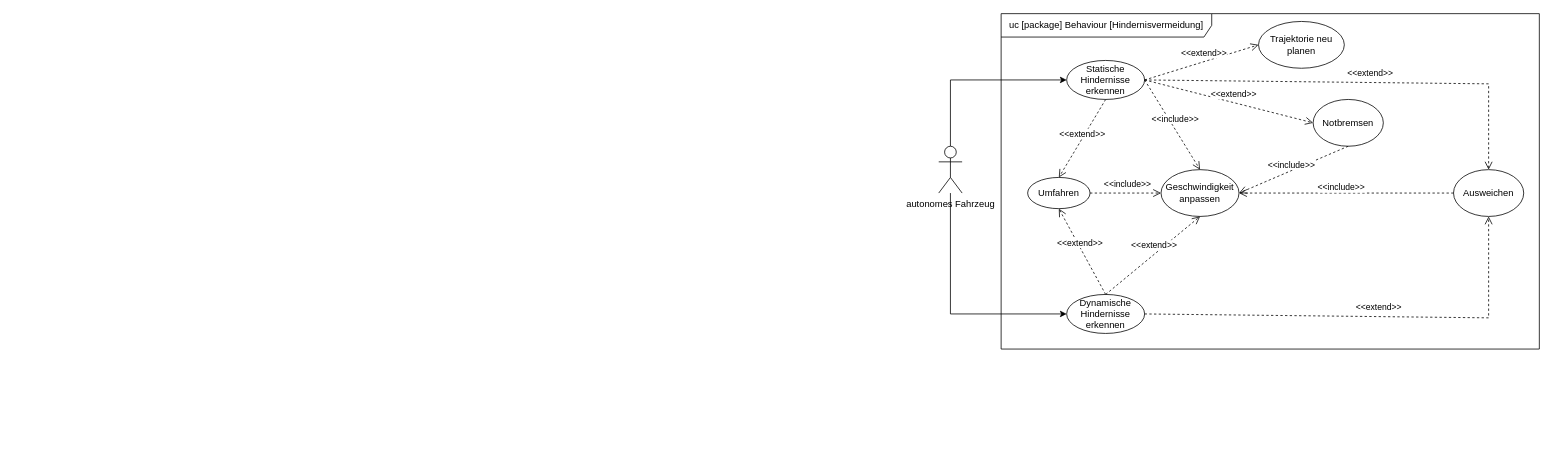
Earlier version of the draw.io diagram uc-hindernisvermeidung.drawio (agrueneberg/sews2324). Source tidied: cells renumbered, new cells numbered last; positions are measured from the earlier drawing's top-left corner, leaving out a move shared by most shapes. Both pictures are drawn from the tidied source at 78%, with x=0, y=0 at pixel (938, 13).
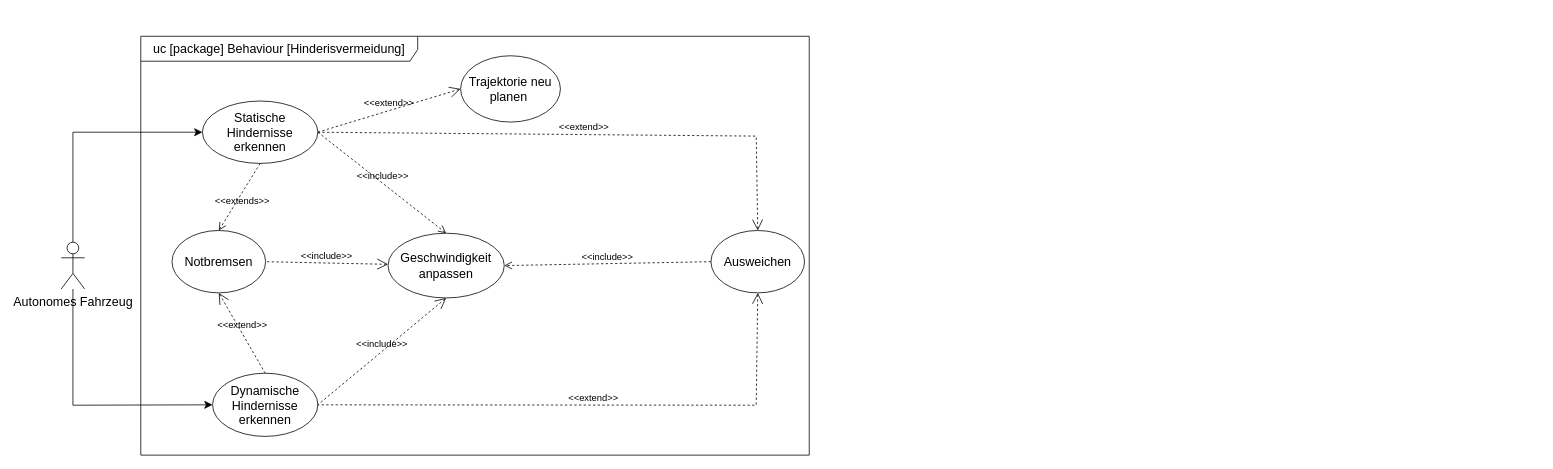
Above is the later version.

The edit, as a diff of the source:
```diff
@@
-    <mxCell id="2" style="edgeStyle=orthogonalEdgeStyle;rounded=0;jettySize=auto;html=1;entryX=0;entryY=0.5;entryDx=0;entryDy=0;" parent="1" edge="1" source="4" target="6">
-      <mxGeometry relative="1" as="geometry">
-        <Array as="points">
-          <mxPoint x="15" y="85" />
-        </Array>
-      </mxGeometry>
-    </mxCell>
-    <mxCell id="3" style="edgeStyle=orthogonalEdgeStyle;rounded=0;jettySize=auto;html=1;entryX=0;entryY=0.5;entryDx=0;entryDy=0;" parent="1" edge="1" source="4" target="5">
-      <mxGeometry relative="1" as="geometry">
-        <Array as="points">
-          <mxPoint x="15" y="385" />
-        </Array>
-      </mxGeometry>
-    </mxCell>
-    <mxCell id="4" value="autonomes Fahrzeug" style="shape=umlActor;html=1;verticalLabelPosition=bottom;verticalAlign=top;align=center;" parent="1" vertex="1">
-      <mxGeometry y="170" width="30" height="60" as="geometry" />
-    </mxCell>
+    <mxCell id="8" value="Ausweichen" style="ellipse;whiteSpace=wrap;html=1;fontSize=16;" parent="1" vertex="1">
+      <mxGeometry x="-292" y="278" width="120" height="80" as="geometry" />
+    </mxCell>
-    <mxCell id="5" value="Dynamische Hindernisse erkennen" style="ellipse;whiteSpace=wrap;html=1;" parent="1" vertex="1">
-      <mxGeometry x="164" y="360" width="100" height="50" as="geometry" />
+    <mxCell id="5" value="Dynamische Hindernisse erkennen" style="ellipse;whiteSpace=wrap;html=1;fontSize=16;" parent="1" vertex="1">
+      <mxGeometry x="-931" y="461" width="135" height="81" as="geometry" />
     </mxCell>
+    <mxCell id="9" value="Geschwindigkeit anpassen" style="ellipse;whiteSpace=wrap;html=1;fontSize=16;" parent="1" vertex="1">
+      <mxGeometry x="-706" y="281.5" width="149" height="83" as="geometry" />
+    </mxCell>
+    <mxCell id="7" value="Notbremsen" style="ellipse;whiteSpace=wrap;html=1;fontSize=16;" parent="1" vertex="1">
+      <mxGeometry x="-983" y="278" width="120" height="80" as="geometry" />
+    </mxCell>
-    <mxCell id="6" value="Statische Hindernisse erkennen" style="ellipse;whiteSpace=wrap;html=1;" parent="1" vertex="1">
-      <mxGeometry x="164" y="60" width="100" height="50" as="geometry" />
+    <mxCell id="6" value="Statische Hindernisse erkennen" style="ellipse;whiteSpace=wrap;html=1;fontSize=16;" parent="1" vertex="1">
+      <mxGeometry x="-944" y="112" width="148" height="80" as="geometry" />
     </mxCell>
-    <mxCell id="7" value="Notbremsen" style="ellipse;whiteSpace=wrap;html=1;" parent="1" vertex="1">
-      <mxGeometry x="480" y="110" width="90" height="60" as="geometry" />
-    </mxCell>
-    <mxCell id="8" value="Ausweichen" style="ellipse;whiteSpace=wrap;html=1;" parent="1" vertex="1">
-      <mxGeometry x="660" y="200" width="90" height="60" as="geometry" />
-    </mxCell>
-    <mxCell id="9" value="Geschwindigkeit anpassen" style="ellipse;whiteSpace=wrap;html=1;" parent="1" vertex="1">
-      <mxGeometry x="285" y="200" width="100" height="60" as="geometry" />
-    </mxCell>
-    <mxCell id="10" value="Trajektorie neu planen" style="ellipse;whiteSpace=wrap;html=1;" parent="1" vertex="1">
-      <mxGeometry x="410" y="10" width="110" height="60" as="geometry" />
+    <mxCell id="10" value="Trajektorie neu planen&amp;nbsp;" style="ellipse;whiteSpace=wrap;html=1;fontSize=16;" parent="1" vertex="1">
+      <mxGeometry x="-613" y="54" width="128" height="85" as="geometry" />
     </mxCell>
-    <mxCell id="11" value="Umfahren" style="ellipse;whiteSpace=wrap;html=1;" parent="1" vertex="1">
-      <mxGeometry x="114" y="210" width="80" height="40" as="geometry" />
-    </mxCell>
-    <mxCell id="12" value="&amp;lt;&amp;lt;extend&amp;gt;&amp;gt;" style="html=1;verticalAlign=bottom;endArrow=open;dashed=1;endSize=8;curved=0;rounded=0;exitX=1;exitY=0.5;exitDx=0;exitDy=0;entryX=0;entryY=0.5;entryDx=0;entryDy=0;" parent="1" edge="1" source="6" target="10">
-      <mxGeometry x="0.05" y="2" relative="1" as="geometry" />
-    </mxCell>
+    <mxCell id="24" style="edgeStyle=none;curved=0;rounded=0;jettySize=auto;html=1;entryX=0;entryY=0.5;entryDx=0;entryDy=0;fontSize=12;startSize=8;endSize=8;" parent="1" edge="1" source="26" target="6">
+      <mxGeometry relative="1" as="geometry">
+        <Array as="points">
+          <mxPoint x="-1110" y="152" />
+        </Array>
+      </mxGeometry>
+    </mxCell>
+    <mxCell id="25" style="edgeStyle=none;curved=0;rounded=0;jettySize=auto;html=1;entryX=0;entryY=0.5;entryDx=0;entryDy=0;fontSize=12;startSize=8;endSize=8;" parent="1" edge="1" source="26" target="5">
+      <mxGeometry relative="1" as="geometry">
+        <Array as="points">
+          <mxPoint x="-1110" y="502" />
+        </Array>
+      </mxGeometry>
+    </mxCell>
+    <mxCell id="26" value="Autonomes Fahrzeug" style="shape=umlActor;verticalLabelPosition=bottom;verticalAlign=top;html=1;outlineConnect=0;fontSize=16;" parent="1" vertex="1">
+      <mxGeometry x="-1125" y="293" width="30" height="60" as="geometry" />
+    </mxCell>
+    <mxCell id="14" value="&amp;lt;&amp;lt;include&amp;gt;&amp;gt;" style="edgeStyle=none;html=1;endArrow=open;verticalAlign=bottom;dashed=1;labelBackgroundColor=none;rounded=0;fontSize=12;startSize=8;endSize=8;curved=0;exitX=1;exitY=0.5;exitDx=0;exitDy=0;entryX=0.5;entryY=0;entryDx=0;entryDy=0;" parent="1" edge="1" source="6" target="9">
+      <mxGeometry relative="1" as="geometry" />
+    </mxCell>
-    <mxCell id="13" value="&amp;lt;&amp;lt;extend&amp;gt;&amp;gt;" style="html=1;verticalAlign=bottom;endArrow=open;dashed=1;endSize=8;curved=0;rounded=0;exitX=1;exitY=0.5;exitDx=0;exitDy=0;entryX=0;entryY=0.5;entryDx=0;entryDy=0;" parent="1" edge="1" source="6" target="7">
-      <mxGeometry x="0.05" y="2" relative="1" as="geometry" />
+    <mxCell id="13" value="&amp;lt;&amp;lt;extends&amp;gt;&amp;gt;" style="edgeStyle=none;html=1;endArrow=open;verticalAlign=bottom;dashed=1;labelBackgroundColor=none;rounded=0;fontSize=12;startSize=8;endSize=8;curved=0;exitX=0.5;exitY=1;exitDx=0;exitDy=0;entryX=0.5;entryY=0;entryDx=0;entryDy=0;" parent="1" edge="1" source="6" target="7">
+      <mxGeometry x="0.21" y="10" relative="1" as="geometry" />
     </mxCell>
-    <mxCell id="14" value="&amp;lt;&amp;lt;include&amp;gt;&amp;gt;" style="html=1;verticalAlign=bottom;endArrow=open;dashed=1;endSize=8;curved=0;rounded=0;exitX=1;exitY=0.5;exitDx=0;exitDy=0;entryX=0.5;entryY=0;entryDx=0;entryDy=0;" parent="1" edge="1" source="6" target="9">
-      <mxGeometry x="0.05" y="2" relative="1" as="geometry" />
-    </mxCell>
-    <mxCell id="15" value="&amp;lt;&amp;lt;extend&amp;gt;&amp;gt;" style="html=1;verticalAlign=bottom;endArrow=open;dashed=1;endSize=8;curved=0;rounded=0;exitX=0.5;exitY=1;exitDx=0;exitDy=0;entryX=0.5;entryY=0;entryDx=0;entryDy=0;" parent="1" edge="1" source="6" target="11">
-      <mxGeometry x="0.05" y="2" relative="1" as="geometry" />
-    </mxCell>
-    <mxCell id="16" value="&amp;lt;&amp;lt;extend&amp;gt;&amp;gt;" style="html=1;verticalAlign=bottom;endArrow=open;dashed=1;endSize=8;curved=0;rounded=0;exitX=0.5;exitY=0;exitDx=0;exitDy=0;entryX=0.5;entryY=1;entryDx=0;entryDy=0;" parent="1" edge="1" source="5" target="11">
-      <mxGeometry x="0.05" y="2" relative="1" as="geometry" />
-    </mxCell>
-    <mxCell id="17" value="&amp;lt;&amp;lt;extend&amp;gt;&amp;gt;" style="html=1;verticalAlign=bottom;endArrow=open;dashed=1;endSize=8;curved=0;rounded=0;exitX=0.5;exitY=0;exitDx=0;exitDy=0;entryX=0.5;entryY=1;entryDx=0;entryDy=0;" parent="1" edge="1" source="5" target="9">
-      <mxGeometry x="0.05" y="2" relative="1" as="geometry" />
-    </mxCell>
-    <mxCell id="18" value="&amp;lt;&amp;lt;extend&amp;gt;&amp;gt;" style="html=1;verticalAlign=bottom;endArrow=open;dashed=1;endSize=8;curved=0;rounded=0;exitX=1;exitY=0.5;exitDx=0;exitDy=0;entryX=0.5;entryY=1;entryDx=0;entryDy=0;" parent="1" edge="1" source="5" target="8">
-      <mxGeometry x="0.05" y="2" relative="1" as="geometry">
-        <Array as="points">
-          <mxPoint x="705" y="390" />
-        </Array>
-      </mxGeometry>
-    </mxCell>
-    <mxCell id="19" value="&amp;lt;&amp;lt;extend&amp;gt;&amp;gt;" style="html=1;verticalAlign=bottom;endArrow=open;dashed=1;endSize=8;curved=0;rounded=0;exitX=1;exitY=0.5;exitDx=0;exitDy=0;entryX=0.5;entryY=0;entryDx=0;entryDy=0;" parent="1" edge="1" source="6" target="8">
-      <mxGeometry x="0.05" y="2" relative="1" as="geometry">
-        <Array as="points">
-          <mxPoint x="705" y="90" />
-        </Array>
-      </mxGeometry>
-    </mxCell>
-    <mxCell id="20" value="&amp;lt;&amp;lt;include&amp;gt;&amp;gt;" style="html=1;verticalAlign=bottom;endArrow=open;dashed=1;endSize=8;curved=0;rounded=0;exitX=1;exitY=0.5;exitDx=0;exitDy=0;entryX=0;entryY=0.5;entryDx=0;entryDy=0;" parent="1" edge="1" source="11" target="9">
-      <mxGeometry x="0.05" y="2" relative="1" as="geometry" />
-    </mxCell>
-    <mxCell id="21" value="&amp;lt;&amp;lt;include&amp;gt;&amp;gt;" style="html=1;verticalAlign=bottom;endArrow=open;dashed=1;endSize=8;curved=0;rounded=0;exitX=0.5;exitY=1;exitDx=0;exitDy=0;entryX=1;entryY=0.5;entryDx=0;entryDy=0;" parent="1" edge="1" source="7" target="9">
-      <mxGeometry x="0.05" y="2" relative="1" as="geometry" />
-    </mxCell>
-    <mxCell id="22" value="&amp;lt;&amp;lt;include&amp;gt;&amp;gt;" style="html=1;verticalAlign=bottom;endArrow=open;dashed=1;endSize=8;curved=0;rounded=0;exitX=0;exitY=0.5;exitDx=0;exitDy=0;entryX=1;entryY=0.5;entryDx=0;entryDy=0;" parent="1" edge="1" source="8" target="9">
-      <mxGeometry x="0.05" y="2" relative="1" as="geometry" />
+    <mxCell id="22" value="&amp;lt;&amp;lt;include&amp;gt;&amp;gt;" style="edgeStyle=none;html=1;endArrow=open;verticalAlign=bottom;dashed=1;labelBackgroundColor=none;rounded=0;fontSize=12;startSize=8;endSize=8;curved=0;exitX=0;exitY=0.5;exitDx=0;exitDy=0;entryX=1;entryY=0.5;entryDx=0;entryDy=0;" parent="1" edge="1" source="8" target="9">
+      <mxGeometry relative="1" as="geometry" />
     </mxCell>
-    <mxCell id="23" value="uc [package] Behaviour [Hindernisvermeidung]" style="shape=umlFrame;whiteSpace=wrap;html=1;width=270;height=30;" parent="1" vertex="1">
-      <mxGeometry x="80" width="690" height="430" as="geometry" />
-    </mxCell>
+    <mxCell id="27" value="&amp;lt;&amp;lt;include&amp;gt;&amp;gt;" style="edgeStyle=none;html=1;startArrow=open;endArrow=none;startSize=12;verticalAlign=bottom;dashed=1;labelBackgroundColor=none;rounded=0;fontSize=12;curved=0;entryX=1;entryY=0.5;entryDx=0;entryDy=0;" parent="1" edge="1" source="9" target="7">
+      <mxGeometry relative="1" as="geometry" />
+    </mxCell>
+    <mxCell id="28" value="&amp;lt;&amp;lt;extend&amp;gt;&amp;gt;" style="edgeStyle=none;html=1;startArrow=open;endArrow=none;startSize=12;verticalAlign=bottom;dashed=1;labelBackgroundColor=none;rounded=0;fontSize=12;curved=0;exitX=0;exitY=0.5;exitDx=0;exitDy=0;entryX=1;entryY=0.5;entryDx=0;entryDy=0;" parent="1" edge="1" source="10" target="6">
+      <mxGeometry relative="1" as="geometry" />
+    </mxCell>
+    <mxCell id="29" value="&amp;lt;&amp;lt;extend&amp;gt;&amp;gt;" style="edgeStyle=none;html=1;startArrow=open;endArrow=none;startSize=12;verticalAlign=bottom;dashed=1;labelBackgroundColor=none;rounded=0;fontSize=12;curved=0;entryX=0.5;entryY=0;entryDx=0;entryDy=0;exitX=0.5;exitY=1;exitDx=0;exitDy=0;" parent="1" edge="1" source="7" target="5">
+      <mxGeometry relative="1" as="geometry" />
+    </mxCell>
+    <mxCell id="30" value="&amp;lt;&amp;lt;extend&amp;gt;&amp;gt;" style="edgeStyle=none;html=1;startArrow=open;endArrow=none;startSize=12;verticalAlign=bottom;dashed=1;labelBackgroundColor=none;rounded=0;fontSize=12;curved=0;entryX=1;entryY=0.5;entryDx=0;entryDy=0;exitX=0.5;exitY=1;exitDx=0;exitDy=0;" parent="1" edge="1" source="8" target="5">
+      <mxGeometry relative="1" as="geometry">
+        <Array as="points">
+          <mxPoint x="-234" y="502" />
+        </Array>
+      </mxGeometry>
+    </mxCell>
+    <mxCell id="31" value="&amp;lt;&amp;lt;extend&amp;gt;&amp;gt;" style="edgeStyle=none;html=1;startArrow=open;endArrow=none;startSize=12;verticalAlign=bottom;dashed=1;labelBackgroundColor=none;rounded=0;fontSize=12;curved=0;entryX=1;entryY=0.5;entryDx=0;entryDy=0;exitX=0.5;exitY=0;exitDx=0;exitDy=0;" parent="1" edge="1" source="8" target="6">
+      <mxGeometry relative="1" as="geometry">
+        <Array as="points">
+          <mxPoint x="-234" y="157" />
+        </Array>
+      </mxGeometry>
+    </mxCell>
+    <mxCell id="32" value="uc [package] Behaviour [Hinderisvermeidung]" style="shape=umlFrame;whiteSpace=wrap;html=1;fontSize=16;width=355;height=32;" parent="1" vertex="1">
+      <mxGeometry x="-1023" y="29" width="857" height="537" as="geometry" />
+    </mxCell>
+    <mxCell id="33" value="&amp;lt;&amp;lt;include&amp;gt;&amp;gt;" style="edgeStyle=none;html=1;startArrow=open;endArrow=none;startSize=12;verticalAlign=bottom;dashed=1;labelBackgroundColor=none;rounded=0;fontSize=12;curved=0;entryX=1;entryY=0.5;entryDx=0;entryDy=0;exitX=0.5;exitY=1;exitDx=0;exitDy=0;" parent="1" edge="1" source="9" target="5">
+      <mxGeometry relative="1" as="geometry" />
+    </mxCell>
```
